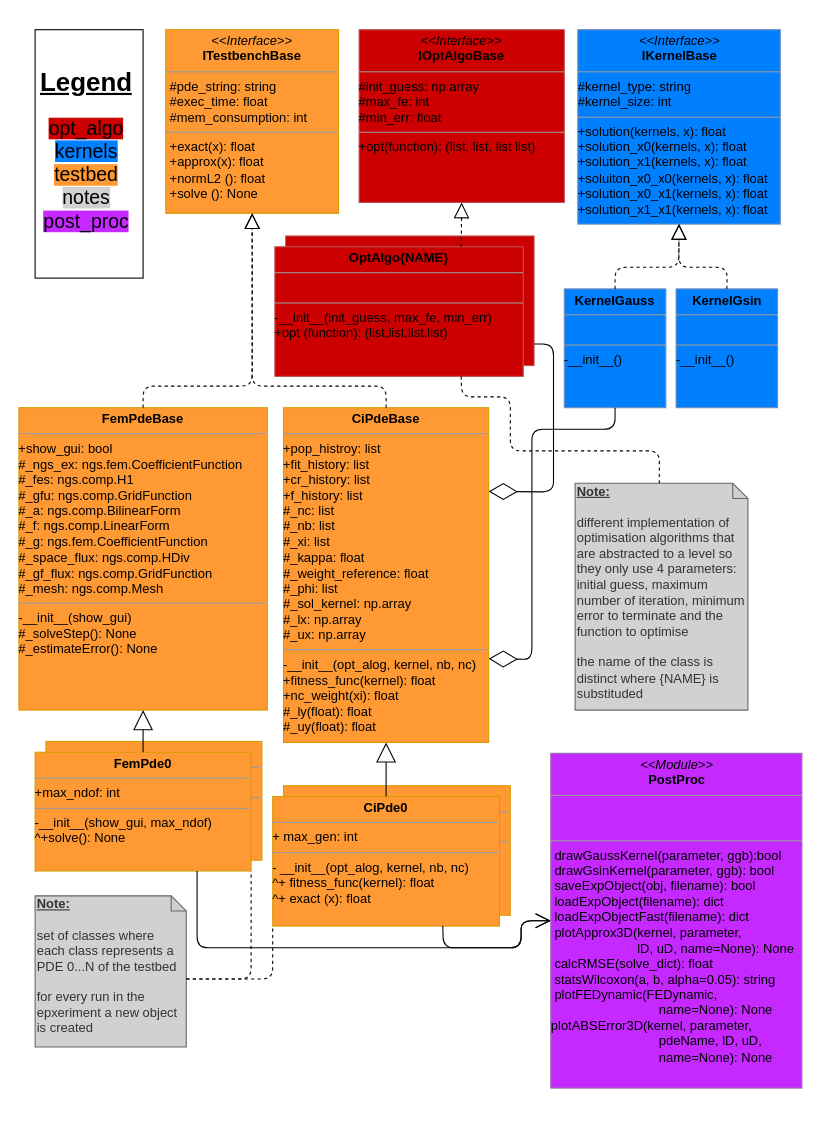
Earlier version of the draw.io diagram code/uml_diag/testbench_uml_class.drawio (nicolai-schwartze/Masterthesis). Source tidied: cells renumbered, new cells numbered last; positions are measured from the earlier drawing's top-left corner, leaving out a move shared by most shapes. Both pictures are drawn from the tidied source at 108%, with x=0, y=0 at pixel (18, 29).
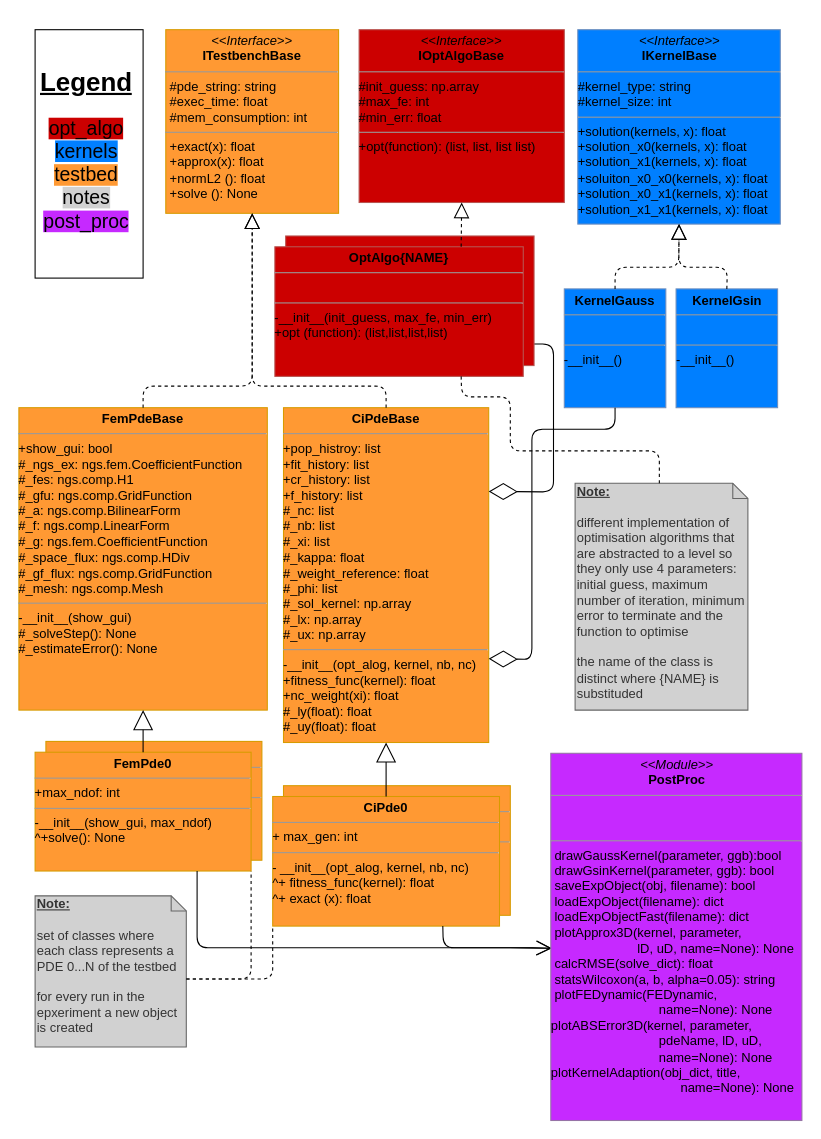
The same diagram, later.

Unchanged cells that the change refers to:
```xml
<mxCell id="13" value="&lt;p style=&quot;margin: 0px ; margin-top: 4px ; text-align: center&quot;&gt;&lt;b&gt;FemPde0&lt;/b&gt;&lt;br&gt;&lt;/p&gt;&lt;hr size=&quot;1&quot;&gt;&lt;div&gt;+max_ndof: int&lt;br&gt;&lt;/div&gt;&lt;hr size=&quot;1&quot;&gt;&lt;div&gt;-__init__(show_gui, max_ndof)&lt;/div&gt;&lt;div&gt;^+solve(): None&lt;/div&gt;" style="verticalAlign=top;align=left;overflow=fill;fontSize=12;fontFamily=Helvetica;html=1;fillColor=#FF9933;strokeColor=#d79b00;" parent="1" vertex="1">
  <mxGeometry x="15" y="669" width="200" height="110" as="geometry" />
</mxCell>
<mxCell id="15" value="&lt;p style=&quot;margin: 0px ; margin-top: 4px ; text-align: center&quot;&gt;&lt;b&gt;CiPde0&lt;/b&gt;&lt;br&gt;&lt;/p&gt;&lt;hr size=&quot;1&quot;&gt;&lt;div&gt;+ max_gen: int&lt;br&gt;&lt;/div&gt;&lt;hr size=&quot;1&quot;&gt;&lt;div&gt;- __init__(opt_alog, kernel, nb, nc)&lt;/div&gt;&lt;div&gt;^+ fitness_func(kernel): float&lt;br&gt;&lt;/div&gt;&lt;div&gt;^+ exact (x): float&lt;br&gt;&lt;/div&gt;&lt;div&gt;&lt;br&gt;&lt;/div&gt;" style="verticalAlign=top;align=left;overflow=fill;fontSize=12;fontFamily=Helvetica;html=1;fillColor=#FF9933;strokeColor=#d79b00;" parent="1" vertex="1">
  <mxGeometry x="235" y="710" width="210" height="120" as="geometry" />
</mxCell>
```

What changed in the source:
```diff
@@
-    <mxCell id="27" style="endArrow=open;endFill=1;endSize=12;html=1;exitX=0.75;exitY=1;exitDx=0;exitDy=0;entryX=0;entryY=0.5;entryDx=0;entryDy=0;" parent="1" edge="1" source="15" target="29">
+    <mxCell id="27" style="endArrow=open;endFill=1;endSize=12;html=1;exitX=0.75;exitY=1;exitDx=0;exitDy=0;entryX=0.004;entryY=0.531;entryDx=0;entryDy=0;entryPerimeter=0;" parent="1" edge="1" source="15" target="29">
       <mxGeometry relative="1" as="geometry">
         <Array as="points">
           <mxPoint x="393" y="850" />
           <mxPoint x="465" y="850" />
-          <mxPoint x="465" y="825" />
         </Array>
       </mxGeometry>
     </mxCell>
-    <mxCell id="28" style="endArrow=open;endFill=1;endSize=12;html=1;exitX=0.75;exitY=1;exitDx=0;exitDy=0;entryX=0;entryY=0.5;entryDx=0;entryDy=0;" parent="1" edge="1" source="13" target="29">
+    <mxCell id="28" style="endArrow=open;endFill=1;endSize=12;html=1;exitX=0.75;exitY=1;exitDx=0;exitDy=0;entryX=0.003;entryY=0.531;entryDx=0;entryDy=0;entryPerimeter=0;" parent="1" edge="1" source="13" target="29">
       <mxGeometry relative="1" as="geometry">
         <Array as="points">
           <mxPoint x="165" y="850" />
           <mxPoint x="465" y="850" />
-          <mxPoint x="465" y="825" />
         </Array>
       </mxGeometry>
     </mxCell>
-    <mxCell id="29" value="&lt;p style=&quot;margin: 0px ; margin-top: 4px ; text-align: center&quot;&gt;&lt;i&gt;&amp;lt;&amp;lt;Module&amp;gt;&amp;gt;&lt;/i&gt;&lt;br&gt;&lt;b&gt;PostProc&lt;/b&gt;&lt;/p&gt;&lt;hr size=&quot;1&quot;&gt;&lt;p style=&quot;margin: 0px ; margin-left: 4px&quot;&gt;&lt;br&gt;&lt;/p&gt;&lt;p style=&quot;margin: 0px ; margin-left: 4px&quot;&gt;&lt;br&gt;&lt;/p&gt;&lt;hr size=&quot;1&quot;&gt;&lt;div&gt;&amp;nbsp;drawGaussKernel(parameter, ggb):bool&lt;/div&gt;&lt;div&gt;&amp;nbsp;drawGsinKernel(parameter, ggb): bool&lt;/div&gt;&lt;div&gt;&amp;nbsp;saveExpObject(obj, filename): bool&lt;/div&gt;&lt;div&gt;&amp;nbsp;loadExpObject(filename): dict&lt;/div&gt;&lt;div&gt;&amp;nbsp;loadExpObjectFast(filename): dict &lt;br&gt;&lt;/div&gt;&lt;div&gt;&amp;nbsp;plotApprox3D(kernel, parameter, &lt;br&gt;&amp;nbsp;&amp;nbsp;&amp;nbsp;&amp;nbsp;&amp;nbsp;&amp;nbsp;&amp;nbsp;&amp;nbsp;&amp;nbsp;&amp;nbsp;&amp;nbsp;&amp;nbsp;&amp;nbsp;&amp;nbsp;&amp;nbsp;&amp;nbsp;&amp;nbsp;&amp;nbsp;&amp;nbsp;&amp;nbsp;&amp;nbsp;&amp;nbsp;&amp;nbsp; lD, uD, name=None): None&lt;br&gt;&lt;/div&gt;&lt;div&gt;&amp;nbsp;calcRMSE(solve_dict): float&lt;/div&gt;&lt;div&gt;&amp;nbsp;statsWilcoxon(a, b, alpha=0.05): string&lt;/div&gt;&lt;div&gt;&amp;nbsp;plotFEDynamic(FEDynamic, &lt;br&gt;&lt;/div&gt;&lt;div&gt;&amp;nbsp;&amp;nbsp; &amp;nbsp;&amp;nbsp;&amp;nbsp;&amp;nbsp;&amp;nbsp;&amp;nbsp;&amp;nbsp;&amp;nbsp;&amp;nbsp;&amp;nbsp;&amp;nbsp;&amp;nbsp;&amp;nbsp;&amp;nbsp;&amp;nbsp;&amp;nbsp;&amp;nbsp;&amp;nbsp;&amp;nbsp;&amp;nbsp;&amp;nbsp;&amp;nbsp;&amp;nbsp;&amp;nbsp;&amp;nbsp;&amp;nbsp; name=None): None&lt;/div&gt;&lt;div&gt;plotABSError3D(kernel, parameter, &lt;br&gt;&lt;/div&gt;&lt;div&gt;&amp;nbsp;&amp;nbsp;&amp;nbsp;&amp;nbsp;&amp;nbsp;&amp;nbsp;&amp;nbsp;&amp;nbsp;&amp;nbsp;&amp;nbsp;&amp;nbsp;&amp;nbsp;&amp;nbsp;&amp;nbsp;&amp;nbsp;&amp;nbsp;&amp;nbsp;&amp;nbsp;&amp;nbsp;&amp;nbsp;&amp;nbsp;&amp;nbsp;&amp;nbsp;&amp;nbsp;&amp;nbsp;&amp;nbsp;&amp;nbsp;&amp;nbsp;&amp;nbsp; pdeName, lD, uD, &lt;br&gt;&lt;/div&gt;&lt;div&gt;&amp;nbsp;&amp;nbsp;&amp;nbsp;&amp;nbsp;&amp;nbsp;&amp;nbsp;&amp;nbsp;&amp;nbsp;&amp;nbsp;&amp;nbsp;&amp;nbsp;&amp;nbsp;&amp;nbsp;&amp;nbsp;&amp;nbsp;&amp;nbsp;&amp;nbsp;&amp;nbsp;&amp;nbsp;&amp;nbsp;&amp;nbsp;&amp;nbsp;&amp;nbsp;&amp;nbsp;&amp;nbsp;&amp;nbsp;&amp;nbsp;&amp;nbsp;&amp;nbsp; name=None): None&lt;br&gt;&lt;/div&gt;&lt;div&gt;&lt;br&gt;&lt;/div&gt;" style="verticalAlign=top;align=left;overflow=fill;fontSize=12;fontFamily=Helvetica;html=1;fillColor=#C629FF;strokeColor=#9673a6;" parent="1" vertex="1">
-      <mxGeometry x="492.5" y="670" width="232.5" height="310" as="geometry" />
+    <mxCell id="29" value="&lt;p style=&quot;margin: 0px ; margin-top: 4px ; text-align: center&quot;&gt;&lt;i&gt;&amp;lt;&amp;lt;Module&amp;gt;&amp;gt;&lt;/i&gt;&lt;br&gt;&lt;b&gt;PostProc&lt;/b&gt;&lt;/p&gt;&lt;hr size=&quot;1&quot;&gt;&lt;p style=&quot;margin: 0px ; margin-left: 4px&quot;&gt;&lt;br&gt;&lt;/p&gt;&lt;p style=&quot;margin: 0px ; margin-left: 4px&quot;&gt;&lt;br&gt;&lt;/p&gt;&lt;hr size=&quot;1&quot;&gt;&lt;div&gt;&amp;nbsp;drawGaussKernel(parameter, ggb):bool&lt;/div&gt;&lt;div&gt;&amp;nbsp;drawGsinKernel(parameter, ggb): bool&lt;/div&gt;&lt;div&gt;&amp;nbsp;saveExpObject(obj, filename): bool&lt;/div&gt;&lt;div&gt;&amp;nbsp;loadExpObject(filename): dict&lt;/div&gt;&lt;div&gt;&amp;nbsp;loadExpObjectFast(filename): dict &lt;br&gt;&lt;/div&gt;&lt;div&gt;&amp;nbsp;plotApprox3D(kernel, parameter, &lt;br&gt;&amp;nbsp;&amp;nbsp;&amp;nbsp;&amp;nbsp;&amp;nbsp;&amp;nbsp;&amp;nbsp;&amp;nbsp;&amp;nbsp;&amp;nbsp;&amp;nbsp;&amp;nbsp;&amp;nbsp;&amp;nbsp;&amp;nbsp;&amp;nbsp;&amp;nbsp;&amp;nbsp;&amp;nbsp;&amp;nbsp;&amp;nbsp;&amp;nbsp;&amp;nbsp; lD, uD, name=None): None&lt;br&gt;&lt;/div&gt;&lt;div&gt;&amp;nbsp;calcRMSE(solve_dict): float&lt;/div&gt;&lt;div&gt;&amp;nbsp;statsWilcoxon(a, b, alpha=0.05): string&lt;/div&gt;&lt;div&gt;&amp;nbsp;plotFEDynamic(FEDynamic, &lt;br&gt;&lt;/div&gt;&lt;div&gt;&amp;nbsp;&amp;nbsp; &amp;nbsp;&amp;nbsp;&amp;nbsp;&amp;nbsp;&amp;nbsp;&amp;nbsp;&amp;nbsp;&amp;nbsp;&amp;nbsp;&amp;nbsp;&amp;nbsp;&amp;nbsp;&amp;nbsp;&amp;nbsp;&amp;nbsp;&amp;nbsp;&amp;nbsp;&amp;nbsp;&amp;nbsp;&amp;nbsp;&amp;nbsp;&amp;nbsp;&amp;nbsp;&amp;nbsp;&amp;nbsp;&amp;nbsp; name=None): None&lt;/div&gt;&lt;div&gt;plotABSError3D(kernel, parameter, &lt;br&gt;&lt;/div&gt;&lt;div&gt;&amp;nbsp;&amp;nbsp;&amp;nbsp;&amp;nbsp;&amp;nbsp;&amp;nbsp;&amp;nbsp;&amp;nbsp;&amp;nbsp;&amp;nbsp;&amp;nbsp;&amp;nbsp;&amp;nbsp;&amp;nbsp;&amp;nbsp;&amp;nbsp;&amp;nbsp;&amp;nbsp;&amp;nbsp;&amp;nbsp;&amp;nbsp;&amp;nbsp;&amp;nbsp;&amp;nbsp;&amp;nbsp;&amp;nbsp;&amp;nbsp;&amp;nbsp;&amp;nbsp; pdeName, lD, uD, &lt;br&gt;&lt;/div&gt;&lt;div&gt;&amp;nbsp;&amp;nbsp;&amp;nbsp;&amp;nbsp;&amp;nbsp;&amp;nbsp;&amp;nbsp;&amp;nbsp;&amp;nbsp;&amp;nbsp;&amp;nbsp;&amp;nbsp;&amp;nbsp;&amp;nbsp;&amp;nbsp;&amp;nbsp;&amp;nbsp;&amp;nbsp;&amp;nbsp;&amp;nbsp;&amp;nbsp;&amp;nbsp;&amp;nbsp;&amp;nbsp;&amp;nbsp;&amp;nbsp;&amp;nbsp;&amp;nbsp;&amp;nbsp; name=None): None&lt;/div&gt;&lt;div&gt;plotKernelAdaption(obj_dict, title,&lt;/div&gt;&lt;div&gt;&amp;nbsp;&amp;nbsp;&amp;nbsp;&amp;nbsp;&amp;nbsp;&amp;nbsp;&amp;nbsp;&amp;nbsp;&amp;nbsp;&amp;nbsp;&amp;nbsp;&amp;nbsp;&amp;nbsp;&amp;nbsp;&amp;nbsp;&amp;nbsp;&amp;nbsp;&amp;nbsp;&amp;nbsp;&amp;nbsp;&amp;nbsp;&amp;nbsp;&amp;nbsp;&amp;nbsp;&amp;nbsp;&amp;nbsp;&amp;nbsp;&amp;nbsp;&amp;nbsp;&amp;nbsp;&amp;nbsp;&amp;nbsp;&amp;nbsp;&amp;nbsp;&amp;nbsp; name=None): None&lt;br&gt;&lt;/div&gt;&lt;div&gt;&lt;br&gt;&lt;/div&gt;" style="verticalAlign=top;align=left;overflow=fill;fontSize=12;fontFamily=Helvetica;html=1;fillColor=#C629FF;strokeColor=#9673a6;" parent="1" vertex="1">
+      <mxGeometry x="492.5" y="670" width="232.5" height="340" as="geometry" />
     </mxCell>
```
